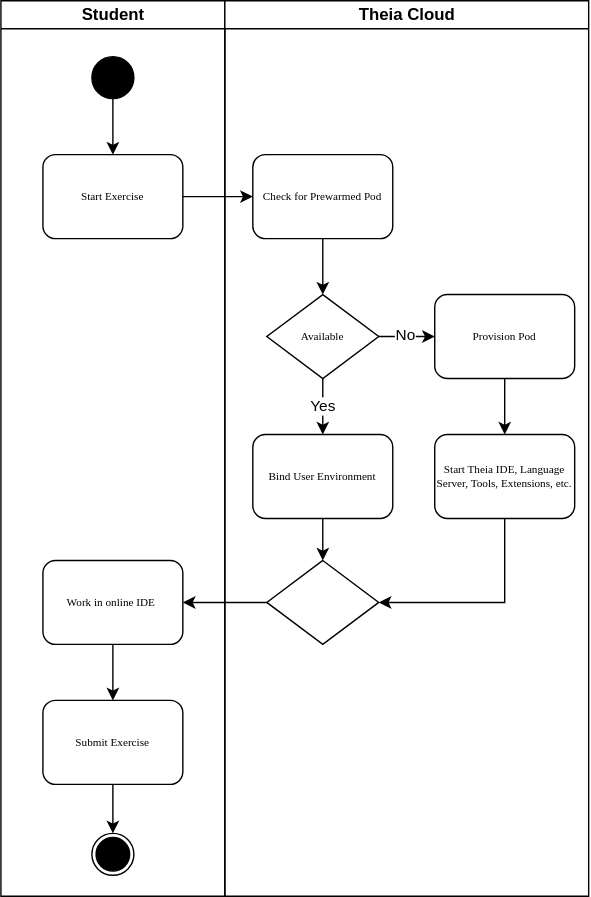
Above: figures/activity-diagram.svg in lukaskratzel/ba (draw.io), before the change. Source tidied: cells renumbered, new cells last; positions are measured from the earlier drawing's top-left corner, leaving out a move shared by most shapes.
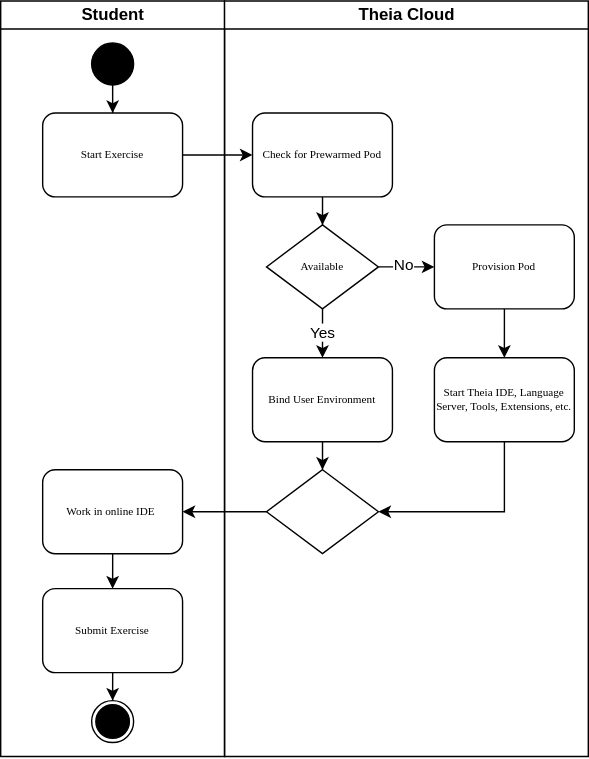
After the commit.

Diff of the diagram source:
```diff
@@ -3,43 +3,53 @@
     <mxCell id="0" />
     <mxCell id="1" parent="0" />
     <mxCell id="2" value="Student" style="swimlane;html=1;startSize=20;" parent="1" vertex="1">
-      <mxGeometry width="160" height="640" as="geometry" />
+      <mxGeometry width="160" height="540" as="geometry" />
     </mxCell>
+    <mxCell id="28" style="edgeStyle=orthogonalEdgeStyle;rounded=0;jettySize=auto;html=1;entryX=0.5;entryY=0;entryDx=0;entryDy=0;" parent="2" edge="1" target="x">
+      <mxGeometry relative="1" as="geometry">
+        <mxPoint x="80.1" y="520" as="sourcePoint" />
+      </mxGeometry>
+    </mxCell>
+    <mxCell id="9" style="edgeStyle=orthogonalEdgeStyle;rounded=0;jettySize=auto;html=1;entryX=0.5;entryY=0;entryDx=0;entryDy=0;" parent="2" edge="1" source="x">
+      <mxGeometry relative="1" as="geometry">
+        <mxPoint x="80" y="110" as="targetPoint" />
+      </mxGeometry>
+    </mxCell>
+    <mxCell id="12" value="Theia Cloud" style="swimlane;html=1;startSize=20;" parent="1" vertex="1">
+      <mxGeometry x="160" width="260" height="540" as="geometry" />
+    </mxCell>
-    <mxCell id="3" value="Start Exercise" style="rounded=1;whiteSpace=wrap;html=1;shadow=0;labelBackgroundColor=none;strokeWidth=1;fontFamily=Verdana;fontSize=8;align=center;" parent="2" vertex="1">
-      <mxGeometry x="30" y="110" width="100" height="60" as="geometry" />
+    <mxCell id="3" value="Start Exercise" style="rounded=1;whiteSpace=wrap;html=1;shadow=0;labelBackgroundColor=none;strokeWidth=1;fontFamily=Verdana;fontSize=8;align=center;" parent="12" vertex="1">
+      <mxGeometry x="-130" y="80" width="100" height="60" as="geometry" />
     </mxCell>
-    <mxCell id="4" value="Work in online IDE&amp;nbsp;" style="rounded=1;whiteSpace=wrap;html=1;shadow=0;labelBackgroundColor=none;strokeWidth=1;fontFamily=Verdana;fontSize=8;align=center;" parent="2" vertex="1">
-      <mxGeometry x="30" y="400" width="100" height="60" as="geometry" />
+    <mxCell id="4" value="Work in online IDE&amp;nbsp;" style="rounded=1;whiteSpace=wrap;html=1;shadow=0;labelBackgroundColor=none;strokeWidth=1;fontFamily=Verdana;fontSize=8;align=center;" parent="12" vertex="1">
+      <mxGeometry x="-130" y="335" width="100" height="60" as="geometry" />
     </mxCell>
+    <mxCell id="29" style="edgeStyle=orthogonalEdgeStyle;rounded=0;jettySize=auto;html=1;entryX=0.5;entryY=0;entryDx=0;entryDy=0;" parent="12" edge="1" source="5" target="30">
+      <mxGeometry relative="1" as="geometry" />
+    </mxCell>
-    <mxCell id="5" value="Submit Exercise" style="rounded=1;whiteSpace=wrap;html=1;shadow=0;labelBackgroundColor=none;strokeWidth=1;fontFamily=Verdana;fontSize=8;align=center;" parent="2" vertex="1">
-      <mxGeometry x="30" y="500" width="100" height="60" as="geometry" />
+    <mxCell id="5" value="Submit Exercise" style="rounded=1;whiteSpace=wrap;html=1;shadow=0;labelBackgroundColor=none;strokeWidth=1;fontFamily=Verdana;fontSize=8;align=center;" parent="12" vertex="1">
+      <mxGeometry x="-130" y="420" width="100" height="60" as="geometry" />
     </mxCell>
-    <mxCell id="6" style="edgeStyle=orthogonalEdgeStyle;rounded=0;jettySize=auto;html=1;entryX=0.5;entryY=0;entryDx=0;entryDy=0;" parent="2" edge="1" source="5" target="7">
-      <mxGeometry relative="1" as="geometry" />
-    </mxCell>
-    <mxCell id="7" style="ellipse;whiteSpace=wrap;html=1;" parent="2" vertex="1">
-      <mxGeometry x="65" y="595" width="30" height="30" as="geometry" />
-    </mxCell>
+    <mxCell id="30" style="ellipse;whiteSpace=wrap;html=1;" parent="12" vertex="1">
+      <mxGeometry x="-95" y="500" width="30" height="30" as="geometry" />
+    </mxCell>
-    <mxCell id="8" style="edgeStyle=orthogonalEdgeStyle;rounded=0;jettySize=auto;html=1;entryX=0.5;entryY=0;entryDx=0;entryDy=0;" parent="2" edge="1" source="4" target="5">
+    <mxCell id="8" style="edgeStyle=orthogonalEdgeStyle;rounded=0;jettySize=auto;html=1;entryX=0.5;entryY=0;entryDx=0;entryDy=0;" parent="12" edge="1" source="4" target="5">
       <mxGeometry relative="1" as="geometry" />
     </mxCell>
-    <mxCell id="9" style="edgeStyle=orthogonalEdgeStyle;rounded=0;jettySize=auto;html=1;entryX=0.5;entryY=0;entryDx=0;entryDy=0;" parent="2" edge="1" source="10" target="3">
-      <mxGeometry relative="1" as="geometry" />
-    </mxCell>
-    <mxCell id="10" style="ellipse;whiteSpace=wrap;html=1;fillStyle=solid;fillColor=#000000;" parent="2" vertex="1">
-      <mxGeometry x="65" y="40" width="30" height="30" as="geometry" />
-    </mxCell>
-    <mxCell id="11" style="ellipse;whiteSpace=wrap;html=1;fillStyle=solid;fillColor=#000000;" parent="2" vertex="1">
-      <mxGeometry x="68" y="598" width="24" height="24" as="geometry" />
-    </mxCell>
-    <mxCell id="12" value="Theia Cloud" style="swimlane;html=1;startSize=20;" parent="1" vertex="1">
-      <mxGeometry x="160" width="260" height="640" as="geometry" />
-    </mxCell>
+    <mxCell id="31" style="edgeStyle=orthogonalEdgeStyle;rounded=0;jettySize=auto;html=1;entryX=0.5;entryY=0;entryDx=0;entryDy=0;" parent="12" edge="1" source="32" target="3">
+      <mxGeometry relative="1" as="geometry" />
+    </mxCell>
+    <mxCell id="32" style="ellipse;whiteSpace=wrap;html=1;fillStyle=solid;fillColor=#000000;" parent="12" vertex="1">
+      <mxGeometry x="-95" y="30" width="30" height="30" as="geometry" />
+    </mxCell>
+    <mxCell id="33" style="ellipse;whiteSpace=wrap;html=1;fillStyle=solid;fillColor=#000000;" parent="12" vertex="1">
+      <mxGeometry x="-92" y="503" width="24" height="24" as="geometry" />
+    </mxCell>
     <mxCell id="13" style="edgeStyle=orthogonalEdgeStyle;rounded=0;jettySize=auto;html=1;entryX=0.5;entryY=0;entryDx=0;entryDy=0;" parent="12" edge="1" source="14" target="18">
       <mxGeometry relative="1" as="geometry" />
     </mxCell>
     <mxCell id="14" value="Check for Prewarmed Pod" style="rounded=1;whiteSpace=wrap;html=1;shadow=0;labelBackgroundColor=none;strokeWidth=1;fontFamily=Verdana;fontSize=8;align=center;" parent="12" vertex="1">
-      <mxGeometry x="20" y="110" width="100" height="60" as="geometry" />
+      <mxGeometry x="20" y="80" width="100" height="60" as="geometry" />
     </mxCell>
     <mxCell id="15" value="Yes" style="edgeStyle=orthogonalEdgeStyle;rounded=0;jettySize=auto;html=1;entryX=0.5;entryY=0;entryDx=0;entryDy=0;" parent="12" edge="1" source="18" target="20">
       <mxGeometry relative="1" as="geometry" />
@@ -51,38 +61,38 @@
       <mxGeometry x="-0.1" y="1" relative="1" as="geometry" />
     </mxCell>
     <mxCell id="18" value="Available" style="rhombus;whiteSpace=wrap;html=1;rounded=0;shadow=0;labelBackgroundColor=none;strokeWidth=1;fontFamily=Verdana;fontSize=8;align=center;" parent="12" vertex="1">
-      <mxGeometry x="30" y="210" width="80" height="60" as="geometry" />
+      <mxGeometry x="30" y="160" width="80" height="60" as="geometry" />
     </mxCell>
-    <mxCell id="19" style="edgeStyle=orthogonalEdgeStyle;rounded=0;jettySize=auto;html=1;entryX=0.5;entryY=0;entryDx=0;entryDy=0;" parent="12" edge="1" source="20" target="25">
-      <mxGeometry relative="1" as="geometry" />
-    </mxCell>
+    <mxCell id="34" style="edgeStyle=orthogonalEdgeStyle;rounded=0;jettySize=auto;html=1;entryX=0.5;entryY=0;entryDx=0;entryDy=0;" parent="12" edge="1" source="20" target="36">
+      <mxGeometry relative="1" as="geometry" />
+    </mxCell>
     <mxCell id="20" value="Bind User Environment" style="rounded=1;whiteSpace=wrap;html=1;shadow=0;labelBackgroundColor=none;strokeWidth=1;fontFamily=Verdana;fontSize=8;align=center;" parent="12" vertex="1">
-      <mxGeometry x="20" y="310" width="100" height="60" as="geometry" />
+      <mxGeometry x="20" y="255" width="100" height="60" as="geometry" />
     </mxCell>
     <mxCell id="21" style="edgeStyle=orthogonalEdgeStyle;rounded=0;jettySize=auto;html=1;entryX=0.5;entryY=0;entryDx=0;entryDy=0;" parent="12" edge="1" source="22" target="24">
       <mxGeometry relative="1" as="geometry" />
     </mxCell>
     <mxCell id="22" value="Provision Pod" style="rounded=1;whiteSpace=wrap;html=1;shadow=0;labelBackgroundColor=none;strokeWidth=1;fontFamily=Verdana;fontSize=8;align=center;" parent="12" vertex="1">
-      <mxGeometry x="150" y="210" width="100" height="60" as="geometry" />
+      <mxGeometry x="150" y="160" width="100" height="60" as="geometry" />
     </mxCell>
-    <mxCell id="23" style="edgeStyle=orthogonalEdgeStyle;rounded=0;jettySize=auto;html=1;entryX=1;entryY=0.5;entryDx=0;entryDy=0;" parent="12" edge="1" source="24" target="25">
-      <mxGeometry relative="1" as="geometry">
-        <Array as="points">
-          <mxPoint x="200" y="430" />
-        </Array>
-      </mxGeometry>
-    </mxCell>
+    <mxCell id="35" style="edgeStyle=orthogonalEdgeStyle;rounded=0;jettySize=auto;html=1;entryX=1;entryY=0.5;entryDx=0;entryDy=0;" parent="12" edge="1" source="24" target="36">
+      <mxGeometry relative="1" as="geometry">
+        <Array as="points">
+          <mxPoint x="200" y="365" />
+        </Array>
+      </mxGeometry>
+    </mxCell>
     <mxCell id="24" value="Start Theia IDE, Language Server, Tools, Extensions, etc." style="rounded=1;whiteSpace=wrap;html=1;shadow=0;labelBackgroundColor=none;strokeWidth=1;fontFamily=Verdana;fontSize=8;align=center;" parent="12" vertex="1">
-      <mxGeometry x="150" y="310" width="100" height="60" as="geometry" />
+      <mxGeometry x="150" y="255" width="100" height="60" as="geometry" />
     </mxCell>
-    <mxCell id="25" style="rhombus;whiteSpace=wrap;html=1;rounded=0;shadow=0;labelBackgroundColor=none;strokeWidth=1;fontFamily=Verdana;fontSize=8;align=center;" parent="12" vertex="1">
-      <mxGeometry x="30" y="400" width="80" height="60" as="geometry" />
-    </mxCell>
+    <mxCell id="36" style="rhombus;whiteSpace=wrap;html=1;rounded=0;shadow=0;labelBackgroundColor=none;strokeWidth=1;fontFamily=Verdana;fontSize=8;align=center;" parent="12" vertex="1">
+      <mxGeometry x="30" y="335" width="80" height="60" as="geometry" />
+    </mxCell>
-    <mxCell id="26" style="edgeStyle=orthogonalEdgeStyle;rounded=0;jettySize=auto;html=1;entryX=0;entryY=0.5;entryDx=0;entryDy=0;" parent="1" edge="1" source="3" target="14">
+    <mxCell id="26" style="edgeStyle=orthogonalEdgeStyle;rounded=0;jettySize=auto;html=1;entryX=0;entryY=0.5;entryDx=0;entryDy=0;" parent="12" edge="1" source="3" target="14">
       <mxGeometry relative="1" as="geometry" />
     </mxCell>
-    <mxCell id="27" style="edgeStyle=orthogonalEdgeStyle;rounded=0;jettySize=auto;html=1;entryX=1;entryY=0.5;entryDx=0;entryDy=0;" parent="1" edge="1" source="25" target="4">
-      <mxGeometry relative="1" as="geometry" />
-    </mxCell>
+    <mxCell id="37" style="edgeStyle=orthogonalEdgeStyle;rounded=0;jettySize=auto;html=1;entryX=1;entryY=0.5;entryDx=0;entryDy=0;" parent="12" edge="1" source="36" target="4">
+      <mxGeometry relative="1" as="geometry" />
+    </mxCell>
   </root>
 </mxGraphModel>
```
